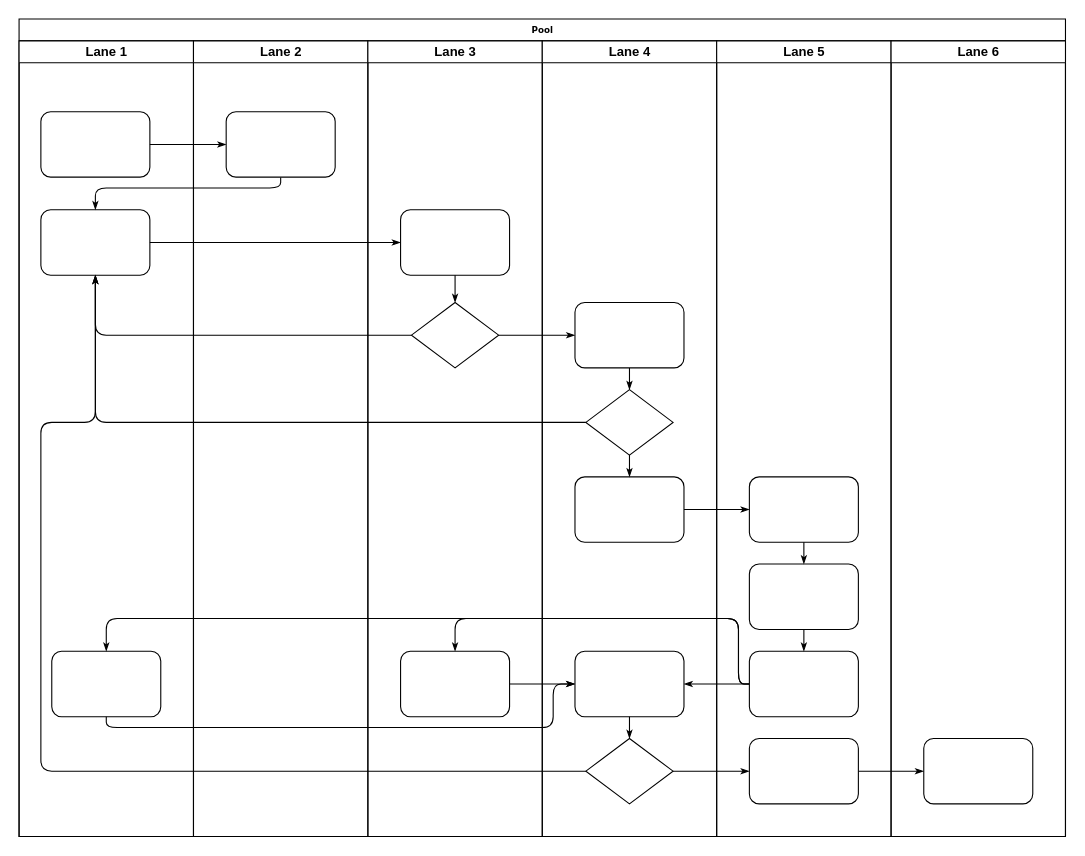
The draw.io diagram .drawio in Gustominox/FOVNET, before the edit. Source tidied: cells renumbered, new cells numbered last; positions are measured from the earlier drawing's top-left corner, leaving out a move shared by most shapes. Both pictures are drawn from the tidied source at 109%, with x=0, y=0 at pixel (19, 19).
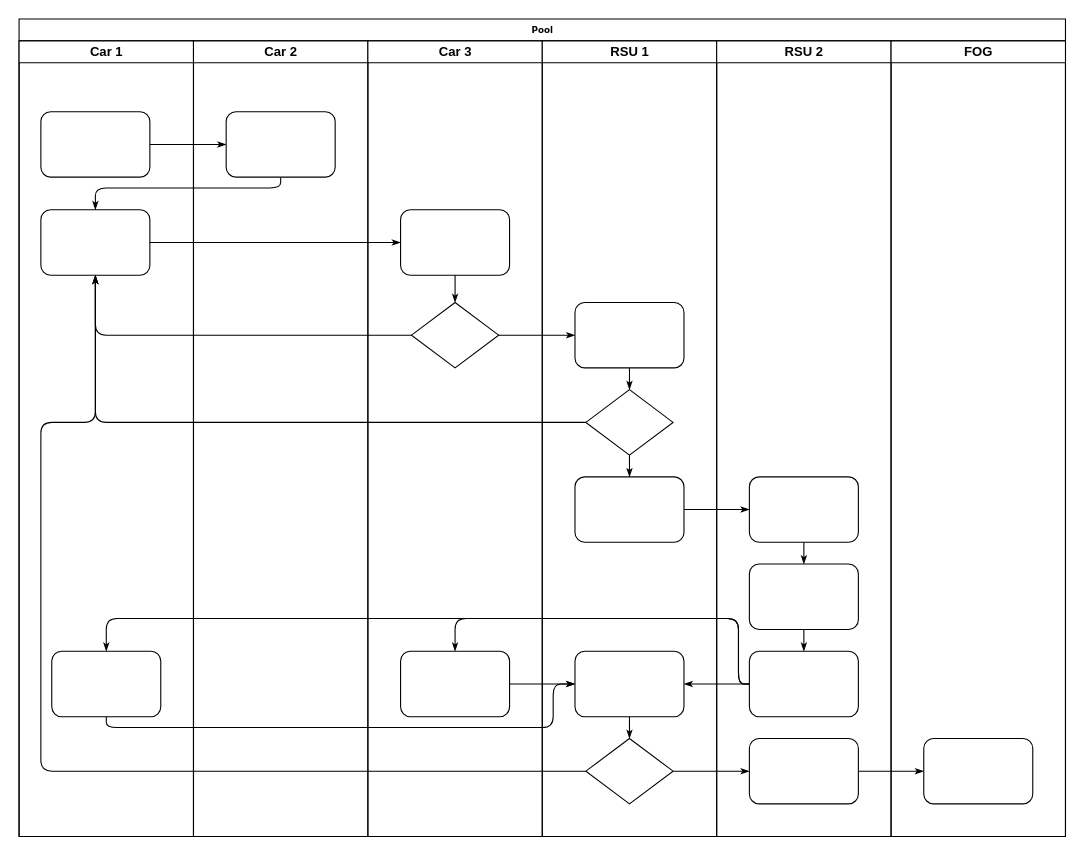
The same page after the edit.

The change refers to these unchanged cells:
```xml
<mxCell id="2" value="Pool" style="swimlane;html=1;startSize=20;rounded=0;shadow=0;labelBackgroundColor=none;strokeWidth=1;fontFamily=Verdana;fontSize=8;align=center;" parent="1" vertex="1">
  <mxGeometry width="960" height="750" as="geometry" />
</mxCell>
```

Change to the diagram source:
```diff
@@
-    <mxCell id="3" value="Lane 1" style="swimlane;html=1;startSize=20;" parent="2" vertex="1">
+    <mxCell id="3" value="Car 1" style="swimlane;html=1;startSize=20;" parent="2" vertex="1">
       <mxGeometry y="20" width="160" height="730" as="geometry" />
     </mxCell>
@@
-    <mxCell id="22" value="Lane 2" style="swimlane;html=1;startSize=20;" parent="2" vertex="1">
+    <mxCell id="22" value="Car 2" style="swimlane;html=1;startSize=20;" parent="2" vertex="1">
       <mxGeometry x="160" y="20" width="160" height="730" as="geometry" />
     </mxCell>
@@
-    <mxCell id="24" value="Lane 3" style="swimlane;html=1;startSize=20;" parent="2" vertex="1">
+    <mxCell id="24" value="Car 3" style="swimlane;html=1;startSize=20;" parent="2" vertex="1">
       <mxGeometry x="320" y="20" width="160" height="730" as="geometry" />
     </mxCell>
@@
-    <mxCell id="29" value="Lane 4" style="swimlane;html=1;startSize=20;" parent="2" vertex="1">
+    <mxCell id="29" value="RSU 1" style="swimlane;html=1;startSize=20;" parent="2" vertex="1">
       <mxGeometry x="480" y="20" width="160" height="730" as="geometry" />
     </mxCell>
@@
-    <mxCell id="38" value="Lane 5" style="swimlane;html=1;startSize=20;" parent="2" vertex="1">
+    <mxCell id="38" value="RSU 2" style="swimlane;html=1;startSize=20;" parent="2" vertex="1">
       <mxGeometry x="640" y="20" width="160" height="730" as="geometry" />
     </mxCell>
@@
-    <mxCell id="45" value="Lane 6" style="swimlane;html=1;startSize=20;" parent="2" vertex="1">
+    <mxCell id="45" value="FOG" style="swimlane;html=1;startSize=20;" parent="2" vertex="1">
       <mxGeometry x="800" y="20" width="160" height="730" as="geometry" />
     </mxCell>
```
